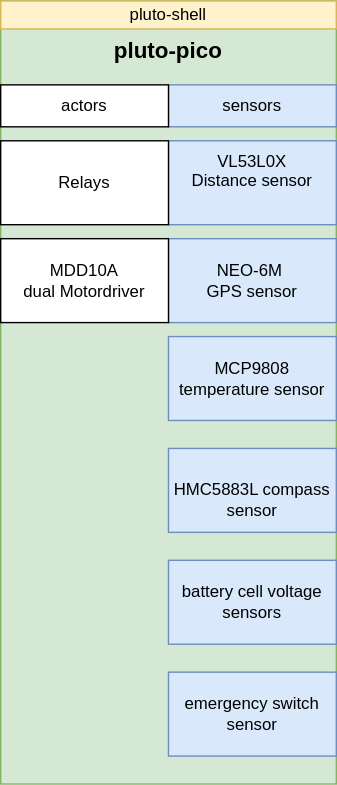
The draw.io diagram docs/3_pluto_pico/pluto_pico-Connections.drawio.svg in jruelli/pluto_docu, before a commit. Source tidied: cells renumbered, new cells last; positions are measured from the earlier drawing's top-left corner, leaving out a move shared by most shapes.
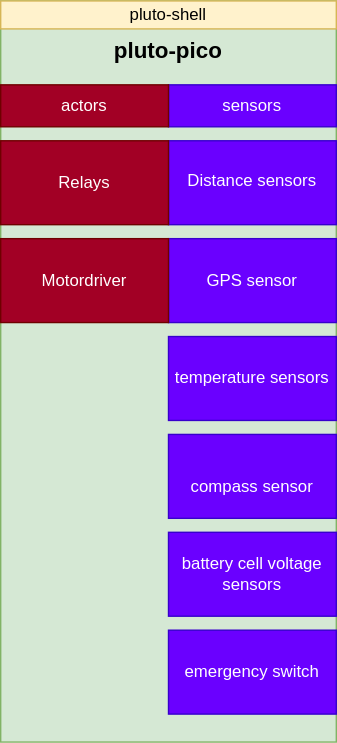
After the commit.

The edit, as a diff of the source:
```diff
@@ -3,43 +3,43 @@
     <mxCell id="0" />
     <mxCell id="1" parent="0" />
     <mxCell id="2" style="rounded=0;whiteSpace=wrap;html=1;fontSize=12;fillColor=#d5e8d4;strokeColor=#82b366;verticalAlign=middle;" parent="1" vertex="1">
-      <mxGeometry width="240" height="560" as="geometry" />
+      <mxGeometry width="240" height="530" as="geometry" />
     </mxCell>
-    <mxCell id="3" value="VL53L0X&lt;br&gt;Distance sensor&lt;br&gt;&lt;h1 class=&quot;product-meta__title heading h1&quot;&gt;&lt;/h1&gt;" style="rounded=0;whiteSpace=wrap;html=1;fillColor=#dae8fc;strokeColor=#6c8ebf;" parent="1" vertex="1">
-      <mxGeometry x="120" y="100" width="120" height="60" as="geometry" />
-    </mxCell>
-    <mxCell id="4" value="NEO-6M&amp;nbsp;&lt;br&gt;GPS sensor" style="rounded=0;whiteSpace=wrap;html=1;fillColor=#dae8fc;strokeColor=#6c8ebf;" parent="1" vertex="1">
-      <mxGeometry x="120" y="170" width="120" height="60" as="geometry" />
-    </mxCell>
-    <mxCell id="5" value="MDD10A&lt;br&gt;dual Motordriver" style="rounded=0;whiteSpace=wrap;html=1;" parent="1" vertex="1">
-      <mxGeometry y="170" width="120" height="60" as="geometry" />
-    </mxCell>
-    <mxCell id="6" value="Relays" style="rounded=0;whiteSpace=wrap;html=1;" parent="1" vertex="1">
-      <mxGeometry y="100" width="120" height="60" as="geometry" />
-    </mxCell>
     <mxCell id="7" value="&lt;b&gt;&lt;font style=&quot;font-size: 16px;&quot;&gt;pluto-pico&lt;/font&gt;&lt;/b&gt;" style="text;html=1;strokeColor=none;fillColor=none;align=center;verticalAlign=middle;whiteSpace=wrap;rounded=0;" parent="1" vertex="1">
       <mxGeometry x="80" y="20" width="80" height="30" as="geometry" />
     </mxCell>
-    <mxCell id="8" value="sensors" style="rounded=0;whiteSpace=wrap;html=1;fontSize=12;fillColor=#dae8fc;strokeColor=#6c8ebf;" parent="1" vertex="1">
+    <mxCell id="8" value="sensors" style="rounded=0;whiteSpace=wrap;html=1;fontSize=12;fillColor=#6a00ff;strokeColor=#3700CC;fontColor=#ffffff;" parent="1" vertex="1">
       <mxGeometry x="120" y="60" width="120" height="30" as="geometry" />
     </mxCell>
-    <mxCell id="9" value="actors" style="rounded=0;whiteSpace=wrap;html=1;fontSize=12;" parent="1" vertex="1">
+    <mxCell id="9" value="actors" style="rounded=0;whiteSpace=wrap;html=1;fontSize=12;fillColor=#a20025;fontColor=#ffffff;strokeColor=#6F0000;" parent="1" vertex="1">
       <mxGeometry y="60" width="120" height="30" as="geometry" />
     </mxCell>
     <mxCell id="10" value="&lt;font style=&quot;font-size: 12px;&quot;&gt;pluto-shell&lt;/font&gt;" style="rounded=0;whiteSpace=wrap;html=1;fontSize=12;fillColor=#fff2cc;strokeColor=#d6b656;" parent="1" vertex="1">
       <mxGeometry width="240" height="20" as="geometry" />
     </mxCell>
-    <mxCell id="11" value="MCP9808 temperature sensor" style="rounded=0;whiteSpace=wrap;html=1;fillColor=#dae8fc;strokeColor=#6c8ebf;" parent="1" vertex="1">
-      <mxGeometry x="120" y="240" width="120" height="60" as="geometry" />
-    </mxCell>
-    <mxCell id="12" value="&lt;div class=&quot;line-block&quot;&gt;&lt;br/&gt;&lt;div class=&quot;line&quot;&gt;HMC5883L compass sensor&lt;/div&gt;&lt;/div&gt;" style="rounded=0;whiteSpace=wrap;html=1;fillColor=#dae8fc;strokeColor=#6c8ebf;" parent="1" vertex="1">
-      <mxGeometry x="120" y="320" width="120" height="60" as="geometry" />
-    </mxCell>
+    <mxCell id="15" value="&lt;br&gt;Distance sensors&lt;br&gt;&lt;h1 class=&quot;product-meta__title heading h1&quot;&gt;&lt;/h1&gt;" style="rounded=0;whiteSpace=wrap;html=1;fillColor=#6a00ff;strokeColor=#3700CC;fontColor=#ffffff;" parent="1" vertex="1">
+      <mxGeometry x="120" y="100" width="120" height="60" as="geometry" />
+    </mxCell>
+    <mxCell id="16" value="GPS sensor" style="rounded=0;whiteSpace=wrap;html=1;fillColor=#6a00ff;strokeColor=#3700CC;fontColor=#ffffff;" parent="1" vertex="1">
+      <mxGeometry x="120" y="170" width="120" height="60" as="geometry" />
+    </mxCell>
+    <mxCell id="17" value="temperature sensors" style="rounded=0;whiteSpace=wrap;html=1;fillColor=#6a00ff;strokeColor=#3700CC;fontColor=#ffffff;" parent="1" vertex="1">
+      <mxGeometry x="120" y="240" width="120" height="60" as="geometry" />
+    </mxCell>
+    <mxCell id="18" value="&lt;div class=&quot;line-block&quot;&gt;&lt;br&gt;&lt;div class=&quot;line&quot;&gt;compass sensor&lt;/div&gt;&lt;/div&gt;" style="rounded=0;whiteSpace=wrap;html=1;fillColor=#6a00ff;strokeColor=#3700CC;fontColor=#ffffff;" parent="1" vertex="1">
+      <mxGeometry x="120" y="310" width="120" height="60" as="geometry" />
+    </mxCell>
-    <mxCell id="13" value="&lt;div class=&quot;line-block&quot;&gt;battery cell voltage sensors&lt;/div&gt;" style="rounded=0;whiteSpace=wrap;html=1;fillColor=#dae8fc;strokeColor=#6c8ebf;" parent="1" vertex="1">
-      <mxGeometry x="120" y="400" width="120" height="60" as="geometry" />
+    <mxCell id="13" value="&lt;div class=&quot;line-block&quot;&gt;battery cell voltage sensors&lt;/div&gt;" style="rounded=0;whiteSpace=wrap;html=1;fillColor=#6a00ff;strokeColor=#3700CC;fontColor=#ffffff;" parent="1" vertex="1">
+      <mxGeometry x="120" y="380" width="120" height="60" as="geometry" />
     </mxCell>
-    <mxCell id="14" value="&lt;div class=&quot;line-block&quot;&gt;emergency switch sensor&lt;/div&gt;" style="rounded=0;whiteSpace=wrap;html=1;fillColor=#dae8fc;strokeColor=#6c8ebf;" parent="1" vertex="1">
-      <mxGeometry x="120" y="480" width="120" height="60" as="geometry" />
-    </mxCell>
+    <mxCell id="19" value="&lt;div class=&quot;line-block&quot;&gt;emergency switch&lt;/div&gt;" style="rounded=0;whiteSpace=wrap;html=1;fillColor=#6a00ff;strokeColor=#3700CC;fontColor=#ffffff;" parent="1" vertex="1">
+      <mxGeometry x="120" y="450" width="120" height="60" as="geometry" />
+    </mxCell>
+    <mxCell id="20" value="Motordriver" style="rounded=0;whiteSpace=wrap;html=1;fillColor=#a20025;fontColor=#ffffff;strokeColor=#6F0000;" parent="1" vertex="1">
+      <mxGeometry y="170" width="120" height="60" as="geometry" />
+    </mxCell>
+    <mxCell id="6" value="Relays" style="rounded=0;whiteSpace=wrap;html=1;fillColor=#a20025;fontColor=#ffffff;strokeColor=#6F0000;" parent="1" vertex="1">
+      <mxGeometry y="100" width="120" height="60" as="geometry" />
+    </mxCell>
   </root>
 </mxGraphModel>
```
